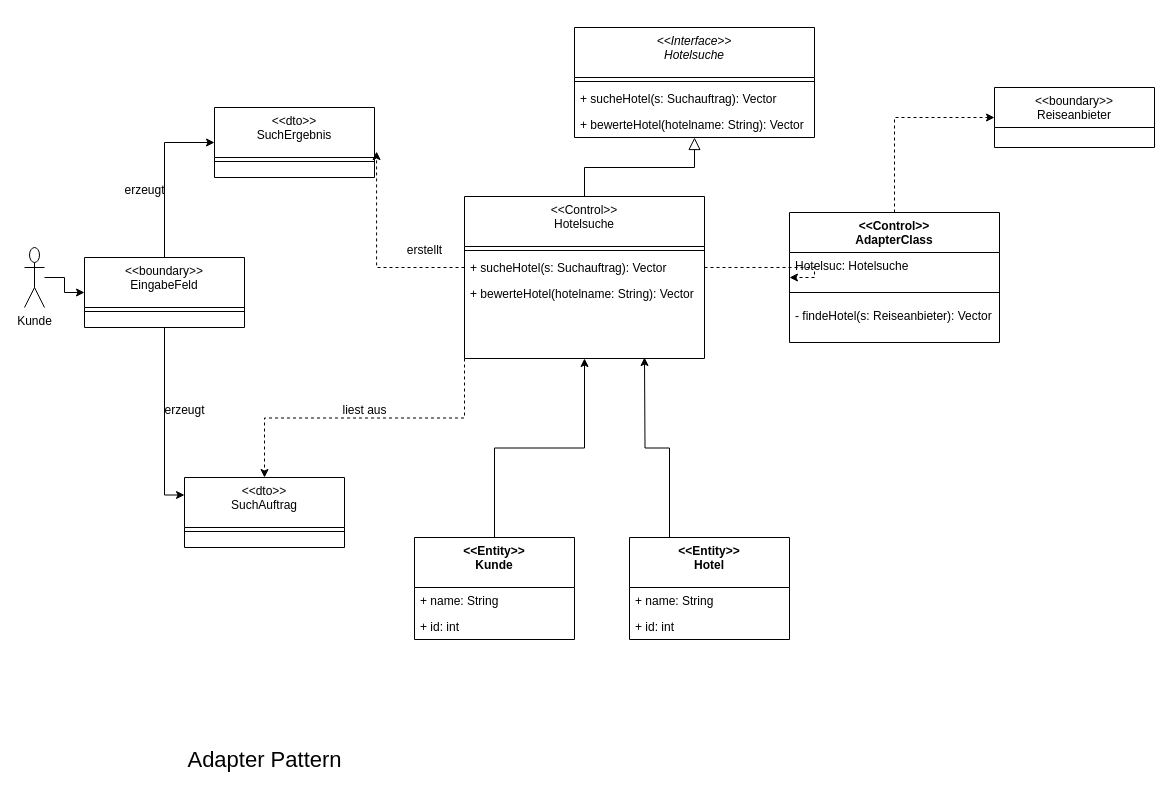
dhefel2s/Hbrs keeps this draw.io diagram as 8.2.drawio. Above is the earlier version. Source tidied: cells renumbered, new cells numbered last; positions are measured from the earlier drawing's top-left corner, leaving out a move shared by most shapes. Both pictures are drawn from the tidied source at 100%, with x=0, y=0 at pixel (24, 27).
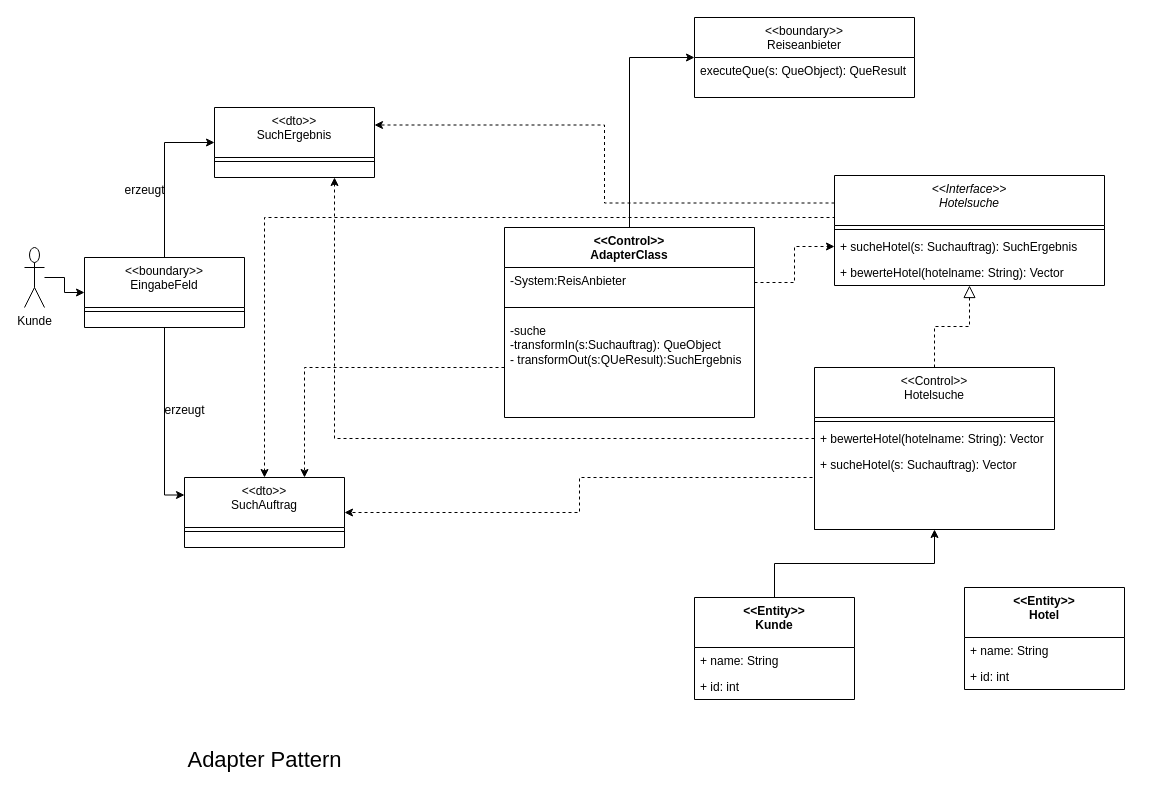
After the change.

The change refers to these unchanged cells:
```xml
<mxCell id="13" value="&lt;&lt;dto&gt;&gt;&#10;SuchAuftrag" style="swimlane;fontStyle=0;align=center;verticalAlign=top;horizontal=1;startSize=50;rounded=0;shadow=0;strokeWidth=1;" parent="1" vertex="1">
  <mxGeometry x="160" y="450" width="160" height="70" as="geometry" />
</mxCell>
<mxCell id="15" value="&lt;&lt;dto&gt;&gt;&#10;SuchErgebnis" style="swimlane;fontStyle=0;align=center;verticalAlign=top;horizontal=1;startSize=50;rounded=0;shadow=0;strokeWidth=1;" parent="1" vertex="1">
  <mxGeometry x="190" y="80" width="160" height="70" as="geometry" />
</mxCell>
```

Diff of the diagram source:
```diff
@@
+    <mxCell id="43" style="edgeStyle=orthogonalEdgeStyle;rounded=0;jettySize=auto;html=1;exitX=0;exitY=0.25;exitDx=0;exitDy=0;entryX=1;entryY=0.25;entryDx=0;entryDy=0;dashed=1;" parent="1" edge="1" source="2" target="15">
+      <mxGeometry relative="1" as="geometry" />
+    </mxCell>
+    <mxCell id="44" style="edgeStyle=orthogonalEdgeStyle;rounded=0;jettySize=auto;html=1;exitX=0;exitY=0.5;exitDx=0;exitDy=0;entryX=0.5;entryY=0;entryDx=0;entryDy=0;dashed=1;" parent="1" edge="1" source="2" target="13">
+      <mxGeometry relative="1" as="geometry">
+        <Array as="points">
+          <mxPoint x="810" y="190" />
+          <mxPoint x="240" y="190" />
+        </Array>
+      </mxGeometry>
+    </mxCell>
     <mxCell id="2" value="&lt;&lt;Interface&gt;&gt;&#10;Hotelsuche" style="swimlane;fontStyle=2;align=center;verticalAlign=top;horizontal=1;startSize=50;rounded=0;shadow=0;strokeWidth=1;" parent="1" vertex="1">
-      <mxGeometry x="550" width="240" height="110" as="geometry" />
+      <mxGeometry x="810" y="148" width="270" height="110" as="geometry" />
     </mxCell>
     <mxCell id="3" style="line;html=1;strokeWidth=1;align=left;verticalAlign=middle;spacingTop=-1;spacingLeft=3;spacingRight=3;labelPosition=right;" parent="2" vertex="1">
-      <mxGeometry y="50" width="240" height="8" as="geometry" />
+      <mxGeometry y="50" width="270" height="8" as="geometry" />
     </mxCell>
-    <mxCell id="4" value="+ sucheHotel(s: Suchauftrag): Vector" style="text;align=left;verticalAlign=top;spacingLeft=4;spacingRight=4;overflow=hidden;points=[[0,0.5],[1,0.5]];portConstraint=eastwest;" parent="2" vertex="1">
-      <mxGeometry y="58" width="240" height="26" as="geometry" />
+    <mxCell id="4" value="+ sucheHotel(s: Suchauftrag): SuchErgebnis" style="text;align=left;verticalAlign=top;spacingLeft=4;spacingRight=4;overflow=hidden;points=[[0,0.5],[1,0.5]];portConstraint=eastwest;" parent="2" vertex="1">
+      <mxGeometry y="58" width="270" height="26" as="geometry" />
     </mxCell>
     <mxCell id="5" value="+ bewerteHotel(hotelname: String): Vector" style="text;align=left;verticalAlign=top;spacingLeft=4;spacingRight=4;overflow=hidden;" parent="2" vertex="1">
-      <mxGeometry y="84" width="240" height="26" as="geometry" />
+      <mxGeometry y="84" width="270" height="26" as="geometry" />
     </mxCell>
     <mxCell id="6" style="edgeStyle=orthogonalEdgeStyle;rounded=0;jettySize=auto;html=1;exitX=0;exitY=1;exitDx=0;exitDy=0;dashed=1;" parent="1" edge="1" source="7" target="13">
-      <mxGeometry relative="1" as="geometry" />
+      <mxGeometry relative="1" as="geometry">
+        <Array as="points">
+          <mxPoint x="790" y="450" />
+          <mxPoint x="555" y="450" />
+          <mxPoint x="555" y="485" />
+        </Array>
+      </mxGeometry>
     </mxCell>
     <mxCell id="7" value="&lt;&lt;Control&gt;&gt;&#10;Hotelsuche" style="swimlane;fontStyle=0;align=center;verticalAlign=top;horizontal=1;startSize=50;rounded=0;shadow=0;strokeWidth=1;" parent="1" vertex="1">
-      <mxGeometry x="440" y="169" width="240" height="162" as="geometry" />
+      <mxGeometry x="790" y="340" width="240" height="162" as="geometry" />
     </mxCell>
@@
+    <mxCell id="10" value="+ bewerteHotel(hotelname: String): Vector" style="text;align=left;verticalAlign=top;spacingLeft=4;spacingRight=4;overflow=hidden;points=[[0,0.5],[1,0.5]];portConstraint=eastwest;" parent="7" vertex="1">
+      <mxGeometry y="58" width="240" height="26" as="geometry" />
+    </mxCell>
     <mxCell id="9" value="+ sucheHotel(s: Suchauftrag): Vector" style="text;align=left;verticalAlign=top;spacingLeft=4;spacingRight=4;overflow=hidden;points=[[0,0.5],[1,0.5]];portConstraint=eastwest;" parent="7" vertex="1">
-      <mxGeometry y="58" width="240" height="26" as="geometry" />
+      <mxGeometry y="84" width="240" height="26" as="geometry" />
     </mxCell>
-    <mxCell id="10" value="+ bewerteHotel(hotelname: String): Vector" style="text;align=left;verticalAlign=top;spacingLeft=4;spacingRight=4;overflow=hidden;points=[[0,0.5],[1,0.5]];portConstraint=eastwest;" parent="7" vertex="1">
-      <mxGeometry y="84" width="240" height="26" as="geometry" />
-    </mxCell>
-    <mxCell id="11" style="endArrow=block;endSize=10;endFill=0;shadow=0;strokeWidth=1;rounded=0;edgeStyle=elbowEdgeStyle;elbow=vertical;" parent="1" edge="1" source="7" target="2">
+    <mxCell id="11" style="endArrow=block;endSize=10;endFill=0;shadow=0;strokeWidth=1;rounded=0;edgeStyle=elbowEdgeStyle;elbow=vertical;dashed=1;" parent="1" edge="1" source="7" target="2">
       <mxGeometry relative="1" as="geometry" />
     </mxCell>
     <mxCell id="12" value="&lt;&lt;boundary&gt;&gt;&#10;Reiseanbieter" style="swimlane;fontStyle=0;align=center;verticalAlign=top;horizontal=1;startSize=40;rounded=0;shadow=0;strokeWidth=1;" parent="1" vertex="1">
-      <mxGeometry x="970" y="60" width="160" height="60" as="geometry" />
+      <mxGeometry x="670" y="-10" width="220" height="80" as="geometry" />
     </mxCell>
+    <mxCell id="45" value="executeQue(s: QueObject): QueResult" style="text;strokeColor=none;fillColor=none;align=left;verticalAlign=top;spacingLeft=4;spacingRight=4;overflow=hidden;whiteSpace=wrap;html=1;" parent="12" vertex="1">
+      <mxGeometry y="40" width="220" height="30" as="geometry" />
+    </mxCell>
@@
-    <mxCell id="25" style="edgeStyle=orthogonalEdgeStyle;rounded=0;jettySize=auto;html=1;exitX=0;exitY=0.5;exitDx=0;exitDy=0;entryX=1.013;entryY=0.629;entryDx=0;entryDy=0;entryPerimeter=0;dashed=1;" parent="1" edge="1" source="9" target="15">
-      <mxGeometry relative="1" as="geometry" />
-    </mxCell>
-    <mxCell id="26" value="erstellt" style="text;html=1;align=center;verticalAlign=middle;strokeColor=none;fillColor=none;" parent="1" vertex="1">
-      <mxGeometry x="370" y="208" width="60" height="30" as="geometry" />
-    </mxCell>
-    <mxCell id="27" value="liest aus" style="text;html=1;align=center;verticalAlign=middle;strokeColor=none;fillColor=none;" parent="1" vertex="1">
-      <mxGeometry x="305" y="368" width="70" height="30" as="geometry" />
-    </mxCell>
@@
     <mxCell id="29" value="&amp;lt;&amp;lt;Entity&amp;gt;&amp;gt;&lt;br&gt;Kunde" style="swimlane;fontStyle=1;align=center;verticalAlign=top;horizontal=1;startSize=50;whiteSpace=wrap;html=1;" parent="1" vertex="1">
-      <mxGeometry x="390" y="510" width="160" height="102" as="geometry" />
+      <mxGeometry x="670" y="570" width="160" height="102" as="geometry" />
     </mxCell>
@@
-    <mxCell id="32" style="edgeStyle=orthogonalEdgeStyle;rounded=0;jettySize=auto;html=1;exitX=0.25;exitY=0;exitDx=0;exitDy=0;" parent="1" edge="1" source="33">
-      <mxGeometry relative="1" as="geometry">
-        <mxPoint x="620" y="330" as="targetPoint" />
-      </mxGeometry>
-    </mxCell>
     <mxCell id="33" value="&amp;lt;&amp;lt;Entity&amp;gt;&amp;gt;&lt;br&gt;Hotel" style="swimlane;fontStyle=1;align=center;verticalAlign=top;horizontal=1;startSize=50;whiteSpace=wrap;html=1;" parent="1" vertex="1">
-      <mxGeometry x="605" y="510" width="160" height="102" as="geometry" />
+      <mxGeometry x="940" y="560" width="160" height="102" as="geometry" />
     </mxCell>
@@
-    <mxCell id="36" style="edgeStyle=orthogonalEdgeStyle;rounded=0;jettySize=auto;html=1;entryX=0;entryY=0.5;entryDx=0;entryDy=0;dashed=1;" parent="1" edge="1" source="37" target="12">
+    <mxCell id="36" style="edgeStyle=orthogonalEdgeStyle;rounded=0;jettySize=auto;html=1;entryX=0;entryY=0.5;entryDx=0;entryDy=0;" parent="1" edge="1" source="37" target="12">
       <mxGeometry relative="1" as="geometry" />
     </mxCell>
     <mxCell id="37" value="&amp;lt;&amp;lt;Control&amp;gt;&amp;gt;&lt;br&gt;AdapterClass" style="swimlane;fontStyle=1;align=center;verticalAlign=top;horizontal=1;startSize=40;whiteSpace=wrap;html=1;" parent="1" vertex="1">
-      <mxGeometry x="765" y="185" width="210" height="130" as="geometry" />
+      <mxGeometry x="480" y="200" width="250" height="190" as="geometry" />
     </mxCell>
-    <mxCell id="38" value="Hotelsuc: Hotelsuche" style="text;strokeColor=none;fillColor=none;align=left;verticalAlign=top;spacingLeft=4;spacingRight=4;overflow=hidden;points=[[0,0.5],[1,0.5]];portConstraint=eastwest;whiteSpace=wrap;html=1;" parent="37" vertex="1">
-      <mxGeometry y="40" width="210" height="30" as="geometry" />
+    <mxCell id="38" value="-System:ReisAnbieter" style="text;strokeColor=none;fillColor=none;align=left;verticalAlign=top;spacingLeft=4;spacingRight=4;overflow=hidden;points=[[0,0.5],[1,0.5]];portConstraint=eastwest;whiteSpace=wrap;html=1;" parent="37" vertex="1">
+      <mxGeometry y="40" width="250" height="30" as="geometry" />
     </mxCell>
     <mxCell id="39" style="line;strokeWidth=1;fillColor=none;align=left;verticalAlign=middle;spacingTop=-1;spacingLeft=3;spacingRight=3;labelPosition=right;strokeColor=inherit;" parent="37" vertex="1">
-      <mxGeometry y="70" width="210" height="20" as="geometry" />
+      <mxGeometry y="70" width="250" height="20" as="geometry" />
     </mxCell>
-    <mxCell id="40" value="- findeHotel(s: Reiseanbieter): Vector" style="text;strokeColor=none;fillColor=none;align=left;verticalAlign=top;spacingLeft=4;spacingRight=4;overflow=hidden;points=[[0,0.5],[1,0.5]];portConstraint=eastwest;whiteSpace=wrap;html=1;" parent="37" vertex="1">
-      <mxGeometry y="90" width="210" height="40" as="geometry" />
+    <mxCell id="40" value="-suche&lt;br&gt;-transformIn(s:Suchauftrag): QueObject&lt;br&gt;- transformOut(s:QUeResult):SuchErgebnis" style="text;strokeColor=none;fillColor=none;align=left;verticalAlign=top;spacingLeft=4;spacingRight=4;overflow=hidden;points=[[0,0.5],[1,0.5]];portConstraint=eastwest;whiteSpace=wrap;html=1;" parent="37" vertex="1">
+      <mxGeometry y="90" width="250" height="100" as="geometry" />
     </mxCell>
-    <mxCell id="41" style="edgeStyle=orthogonalEdgeStyle;rounded=0;jettySize=auto;html=1;exitX=1;exitY=0.5;exitDx=0;exitDy=0;entryX=0;entryY=0.5;entryDx=0;entryDy=0;dashed=1;" parent="1" edge="1" source="9" target="37">
-      <mxGeometry relative="1" as="geometry">
-        <Array as="points">
-          <mxPoint x="790" y="250" />
-        </Array>
-      </mxGeometry>
-    </mxCell>
@@
+    <mxCell id="46" style="edgeStyle=orthogonalEdgeStyle;rounded=0;jettySize=auto;html=1;entryX=0;entryY=0.5;entryDx=0;entryDy=0;dashed=1;" parent="1" edge="1" source="38" target="4">
+      <mxGeometry relative="1" as="geometry" />
+    </mxCell>
+    <mxCell id="47" style="edgeStyle=orthogonalEdgeStyle;rounded=0;jettySize=auto;html=1;exitX=0;exitY=0.5;exitDx=0;exitDy=0;entryX=0.75;entryY=0;entryDx=0;entryDy=0;dashed=1;" parent="1" edge="1" source="40" target="13">
+      <mxGeometry relative="1" as="geometry" />
+    </mxCell>
+    <mxCell id="48" style="edgeStyle=orthogonalEdgeStyle;rounded=0;jettySize=auto;html=1;exitX=0;exitY=0.5;exitDx=0;exitDy=0;entryX=0.75;entryY=1;entryDx=0;entryDy=0;dashed=1;" parent="1" edge="1" source="10" target="15">
+      <mxGeometry relative="1" as="geometry" />
+    </mxCell>
```
